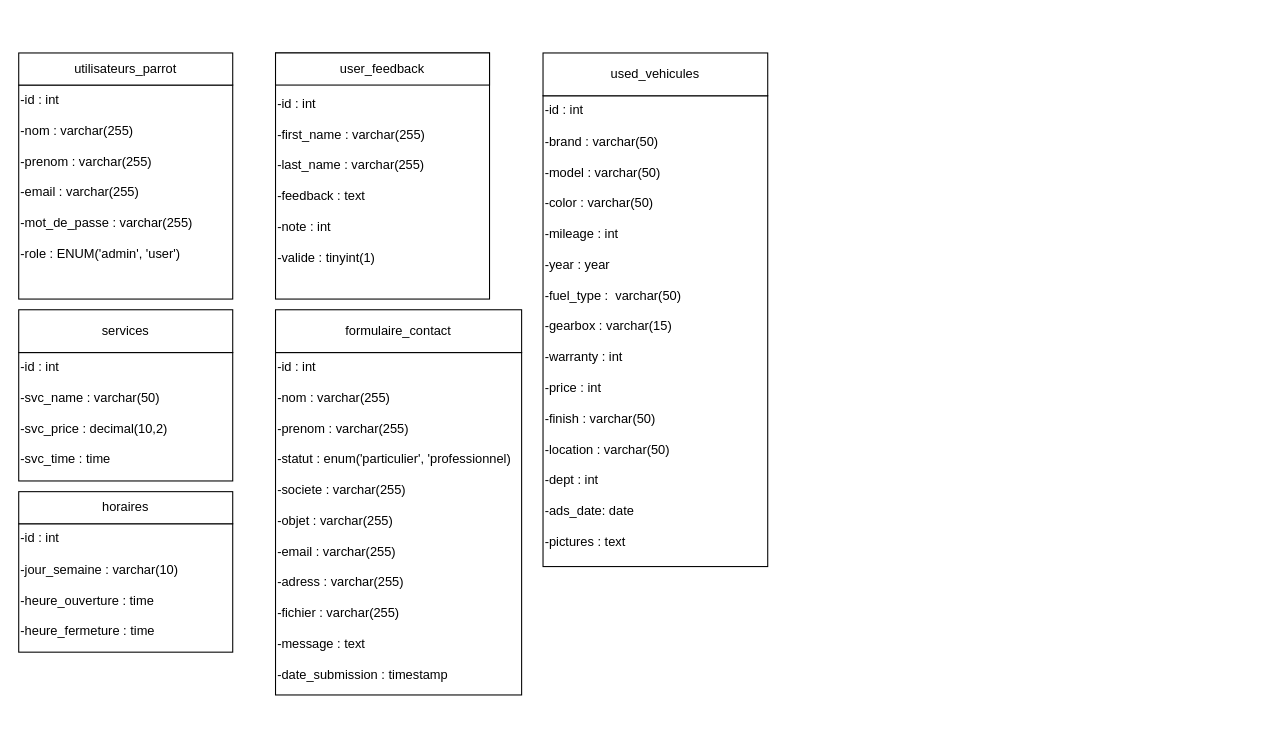
Before: assets/images/diagrammedeclasse.drawio in SUPA93/Garage-Vincent-Parrot, a draw.io diagram. Source tidied: cells renumbered, new cells numbered last; positions are measured from the earlier drawing's top-left corner, leaving out a move shared by most shapes. Both pictures are drawn from the tidied source at 107%, with x=0, y=0 at pixel (18, 52).
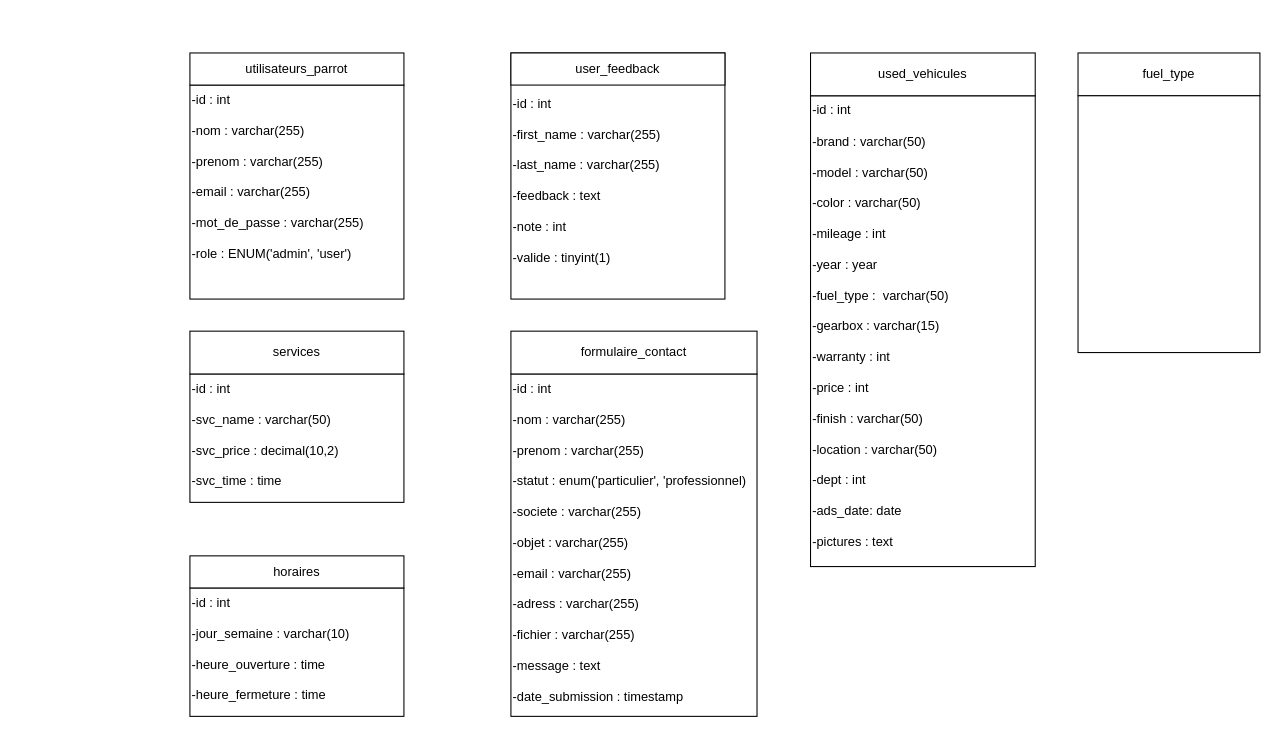
The same diagram, later.

Diff of the diagram source:
```diff
@@
 <mxGraphModel>
   <root>
     <mxCell id="0" />
     <mxCell id="1" parent="0" />
     <mxCell id="2" value="-id : int&lt;br&gt;&lt;br&gt;-nom : varchar(255)&lt;br&gt;&lt;br&gt;-prenom : varchar(255)&lt;br&gt;&lt;br&gt;-email : varchar(255)&lt;br&gt;&lt;br&gt;-mot_de_passe : varchar(255)&lt;br&gt;&lt;br&gt;-role : ENUM('admin', 'user')&amp;nbsp;" style="whiteSpace=wrap;html=1;direction=south;align=left;verticalAlign=top;" parent="1" vertex="1">
-      <mxGeometry y="30" width="200" height="200" as="geometry" />
+      <mxGeometry x="160" y="30" width="200" height="200" as="geometry" />
     </mxCell>
     <mxCell id="3" value="utilisateurs_parrot" style="whiteSpace=wrap;html=1;direction=south;" parent="1" vertex="1">
-      <mxGeometry width="200" height="30" as="geometry" />
+      <mxGeometry x="160" width="200" height="30" as="geometry" />
     </mxCell>
     <mxCell id="4" value="&lt;br&gt;&lt;br&gt;&lt;br&gt;&lt;br&gt;&lt;br&gt;-id : int&lt;br&gt;&lt;br&gt;-first_name : varchar(255)&lt;br&gt;&lt;br&gt;-last_name : varchar(255)&lt;br&gt;&lt;br&gt;-feedback : text&lt;br&gt;&lt;br&gt;-note : int&lt;br&gt;&lt;br&gt;-valide : tinyint(1)&amp;nbsp;&lt;br&gt;&lt;div style=&quot;&quot;&gt;&lt;br&gt;&lt;/div&gt;&amp;nbsp;" style="whiteSpace=wrap;html=1;direction=south;align=left;verticalAlign=bottom;" parent="1" vertex="1">
-      <mxGeometry x="240" width="200" height="230" as="geometry" />
+      <mxGeometry x="460" width="200" height="230" as="geometry" />
     </mxCell>
     <mxCell id="5" value="user_feedback" style="whiteSpace=wrap;html=1;" parent="1" vertex="1">
-      <mxGeometry x="240" width="200" height="30" as="geometry" />
+      <mxGeometry x="460" width="200" height="30" as="geometry" />
     </mxCell>
     <mxCell id="6" value="&lt;div style=&quot;&quot;&gt;&lt;span style=&quot;background-color: initial;&quot;&gt;-id : int&lt;br&gt;&lt;/span&gt;&lt;/div&gt;&lt;br&gt;-jour_semaine : varchar(10)&lt;br&gt;&lt;br&gt;-heure_ouverture : time&lt;br&gt;&lt;br&gt;-heure_fermeture : time" style="whiteSpace=wrap;html=1;align=left;fillColor=default;verticalAlign=top;" parent="1" vertex="1">
-      <mxGeometry y="440" width="200" height="120" as="geometry" />
+      <mxGeometry x="160" y="500" width="200" height="120" as="geometry" />
     </mxCell>
     <mxCell id="7" value="horaires" style="whiteSpace=wrap;html=1;" parent="1" vertex="1">
-      <mxGeometry y="410" width="200" height="30" as="geometry" />
+      <mxGeometry x="160" y="470" width="200" height="30" as="geometry" />
     </mxCell>
     <mxCell id="8" value="-id : int&lt;br&gt;&lt;br&gt;-svc_name : varchar(50)&lt;br&gt;&lt;br&gt;-svc_price : decimal(10,2)&lt;br&gt;&lt;br&gt;-svc_time : time" style="whiteSpace=wrap;html=1;fillColor=default;verticalAlign=top;align=left;" parent="1" vertex="1">
-      <mxGeometry y="280" width="200" height="120" as="geometry" />
+      <mxGeometry x="160" y="300" width="200" height="120" as="geometry" />
     </mxCell>
     <mxCell id="9" value="services" style="whiteSpace=wrap;html=1;fillColor=default;" parent="1" vertex="1">
-      <mxGeometry y="240" width="200" height="40" as="geometry" />
+      <mxGeometry x="160" y="260" width="200" height="40" as="geometry" />
     </mxCell>
     <mxCell id="10" value="-id : int&lt;br&gt;&lt;br&gt;-nom : varchar(255)&lt;br&gt;&lt;br&gt;-prenom : varchar(255)&lt;br&gt;&lt;br&gt;-statut : enum('particulier', 'professionnel)&lt;br&gt;&lt;br&gt;-societe : varchar(255)&lt;br&gt;&lt;br&gt;-objet : varchar(255)&lt;br&gt;&lt;br&gt;-email : varchar(255)&lt;br&gt;&lt;br&gt;-adress : varchar(255)&lt;br&gt;&lt;br&gt;-fichier : varchar(255)&lt;br&gt;&lt;br&gt;-message : text&lt;br&gt;&lt;br&gt;-date_submission : timestamp" style="whiteSpace=wrap;html=1;fillColor=default;verticalAlign=top;align=left;" parent="1" vertex="1">
-      <mxGeometry x="240" y="280" width="230" height="320" as="geometry" />
+      <mxGeometry x="460" y="300" width="230" height="320" as="geometry" />
     </mxCell>
     <mxCell id="11" value="formulaire_contact" style="whiteSpace=wrap;html=1;fillColor=default;" parent="1" vertex="1">
-      <mxGeometry x="240" y="240" width="230" height="40" as="geometry" />
+      <mxGeometry x="460" y="260" width="230" height="40" as="geometry" />
     </mxCell>
     <mxCell id="12" value="-id : int&lt;br&gt;&lt;br&gt;-brand : varchar(50)&lt;br&gt;&lt;br&gt;-model : varchar(50)&lt;br&gt;&lt;br&gt;-color : varchar(50)&lt;br&gt;&lt;br&gt;-mileage : int&lt;br&gt;&lt;br&gt;-year : year&lt;br&gt;&lt;br&gt;-fuel_type :&amp;nbsp; varchar(50)&lt;br&gt;&lt;br&gt;-gearbox : varchar(15)&lt;br&gt;&lt;br&gt;-warranty : int&lt;br&gt;&lt;br&gt;-price : int&lt;br&gt;&lt;br&gt;-finish : varchar(50)&lt;br&gt;&lt;br&gt;-location : varchar(50)&lt;br&gt;&lt;br&gt;-dept : int&lt;br&gt;&lt;br&gt;-ads_date: date&lt;br&gt;&lt;br&gt;-pictures : text" style="whiteSpace=wrap;html=1;fillColor=default;verticalAlign=top;align=left;" parent="1" vertex="1">
-      <mxGeometry x="490" y="40" width="210" height="440" as="geometry" />
+      <mxGeometry x="740" y="40" width="210" height="440" as="geometry" />
     </mxCell>
     <mxCell id="13" value="used_vehicules" style="whiteSpace=wrap;html=1;fillColor=default;" parent="1" vertex="1">
-      <mxGeometry x="490" width="210" height="40" as="geometry" />
+      <mxGeometry x="740" width="210" height="40" as="geometry" />
     </mxCell>
+    <mxCell id="14" value="fuel_type" style="rounded=0;whiteSpace=wrap;html=1;" parent="1" vertex="1">
+      <mxGeometry x="990" width="170" height="40" as="geometry" />
+    </mxCell>
+    <mxCell id="15" style="rounded=0;whiteSpace=wrap;html=1;" parent="1" vertex="1">
+      <mxGeometry x="990" y="40" width="170" height="240" as="geometry" />
+    </mxCell>
   </root>
 </mxGraphModel>
```
